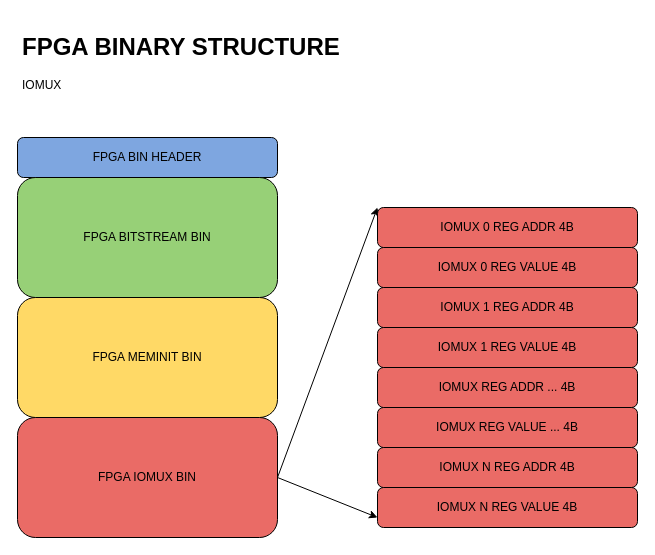
Earlier version of the draw.io diagram page "iomux" (4 of 4) of qf_apps/qf_bootloader/fpga-bin-structure.drawio (QuickLogic-Corp/qorc-sdk). Source tidied: cells renumbered, new cells numbered last; positions are measured from the earlier drawing's top-left corner, leaving out a move shared by most shapes. Both pictures are drawn from the tidied source at 100%, with x=0, y=0 at pixel (17, 27).
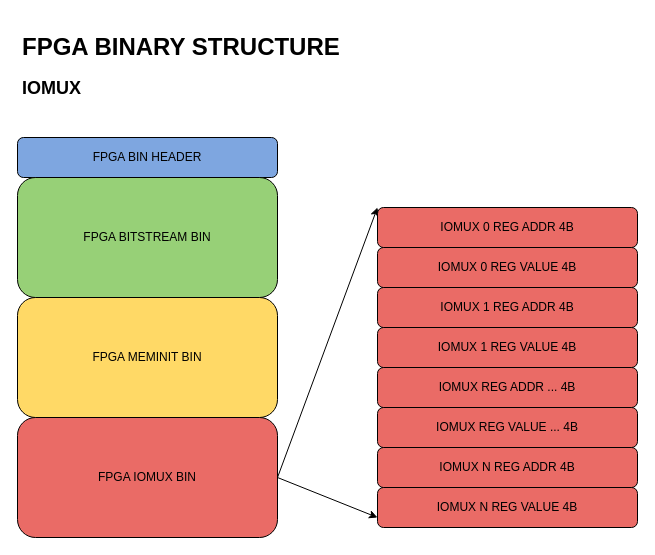
The same diagram, later.

The edit, as a diff of the source:
```diff
@@
 <mxGraphModel background="#ffffff">
   <root>
     <mxCell id="0" />
     <mxCell id="1" parent="0" />
     <mxCell id="2" value="&lt;div&gt;FPGA BIN HEADER&lt;/div&gt;" style="rounded=1;whiteSpace=wrap;html=1;fillColor=#7EA6E0;" parent="1" vertex="1">
       <mxGeometry y="110" width="260" height="40" as="geometry" />
     </mxCell>
     <mxCell id="3" value="&lt;div&gt;FPGA BITSTREAM BIN&lt;br&gt;&lt;/div&gt;" style="rounded=1;whiteSpace=wrap;html=1;fillColor=#97D077;" parent="1" vertex="1">
       <mxGeometry y="150" width="260" height="120" as="geometry" />
     </mxCell>
     <mxCell id="4" value="&lt;div&gt;FPGA IOMUX BIN&lt;br&gt;&lt;/div&gt;" style="rounded=1;whiteSpace=wrap;html=1;fillColor=#EA6B66;" parent="1" vertex="1">
       <mxGeometry y="390" width="260" height="120" as="geometry" />
     </mxCell>
     <mxCell id="5" value="&lt;div&gt;FPGA MEMINIT BIN&lt;br&gt;&lt;/div&gt;" style="rounded=1;whiteSpace=wrap;html=1;fillColor=#FFD966;" parent="1" vertex="1">
       <mxGeometry y="270" width="260" height="120" as="geometry" />
     </mxCell>
     <mxCell id="6" value="IOMUX 0 REG VALUE 4B" style="rounded=1;whiteSpace=wrap;html=1;fillColor=#EA6B66;" parent="1" vertex="1">
       <mxGeometry x="360" y="220" width="260" height="40" as="geometry" />
     </mxCell>
     <mxCell id="7" style="endArrow=classic;html=1;exitX=1;exitY=0.5;exitDx=0;exitDy=0;entryX=0;entryY=0;entryDx=0;entryDy=0;" parent="1" edge="1" source="4">
       <mxGeometry relative="1" as="geometry">
         <mxPoint x="360" y="180" as="targetPoint" />
       </mxGeometry>
     </mxCell>
     <mxCell id="8" style="endArrow=classic;html=1;exitX=1;exitY=0.5;exitDx=0;exitDy=0;entryX=0;entryY=0.75;entryDx=0;entryDy=0;" parent="1" edge="1" source="4" target="15">
       <mxGeometry relative="1" as="geometry" />
     </mxCell>
-    <mxCell id="9" value="&lt;h1&gt;FPGA BINARY STRUCTURE&lt;br&gt;&lt;/h1&gt;&lt;p&gt;IOMUX&lt;br&gt;&lt;/p&gt;" style="text;html=1;strokeColor=none;fillColor=none;spacing=5;spacingTop=-20;whiteSpace=wrap;overflow=hidden;rounded=0;" parent="1" vertex="1">
+    <mxCell id="9" value="&lt;h1&gt;FPGA BINARY STRUCTURE&lt;br&gt;&lt;/h1&gt;&lt;p&gt;&lt;b&gt;&lt;font style=&quot;font-size: 18px&quot;&gt;IOMUX&lt;/font&gt;&lt;/b&gt;&lt;br&gt;&lt;/p&gt;" style="text;html=1;strokeColor=none;fillColor=none;spacing=5;spacingTop=-20;whiteSpace=wrap;overflow=hidden;rounded=0;" parent="1" vertex="1">
       <mxGeometry width="330" height="80" as="geometry" />
     </mxCell>
     <mxCell id="10" value="IOMUX 0 REG ADDR 4B" style="rounded=1;whiteSpace=wrap;html=1;fillColor=#EA6B66;" parent="1" vertex="1">
       <mxGeometry x="360" y="180" width="260" height="40" as="geometry" />
     </mxCell>
     <mxCell id="11" value="IOMUX 1 REG VALUE 4B" style="rounded=1;whiteSpace=wrap;html=1;fillColor=#EA6B66;" parent="1" vertex="1">
       <mxGeometry x="360" y="300" width="260" height="40" as="geometry" />
     </mxCell>
     <mxCell id="12" value="IOMUX 1 REG ADDR 4B" style="rounded=1;whiteSpace=wrap;html=1;fillColor=#EA6B66;" parent="1" vertex="1">
       <mxGeometry x="360" y="260" width="260" height="40" as="geometry" />
     </mxCell>
     <mxCell id="13" value="IOMUX REG VALUE ... 4B" style="rounded=1;whiteSpace=wrap;html=1;fillColor=#EA6B66;" parent="1" vertex="1">
       <mxGeometry x="360" y="380" width="260" height="40" as="geometry" />
     </mxCell>
     <mxCell id="14" value="IOMUX REG ADDR ... 4B" style="rounded=1;whiteSpace=wrap;html=1;fillColor=#EA6B66;" parent="1" vertex="1">
       <mxGeometry x="360" y="340" width="260" height="40" as="geometry" />
     </mxCell>
     <mxCell id="15" value="IOMUX N REG VALUE 4B" style="rounded=1;whiteSpace=wrap;html=1;fillColor=#EA6B66;" parent="1" vertex="1">
       <mxGeometry x="360" y="460" width="260" height="40" as="geometry" />
     </mxCell>
     <mxCell id="16" value="IOMUX N REG ADDR 4B" style="rounded=1;whiteSpace=wrap;html=1;fillColor=#EA6B66;" parent="1" vertex="1">
       <mxGeometry x="360" y="420" width="260" height="40" as="geometry" />
     </mxCell>
   </root>
 </mxGraphModel>
```
